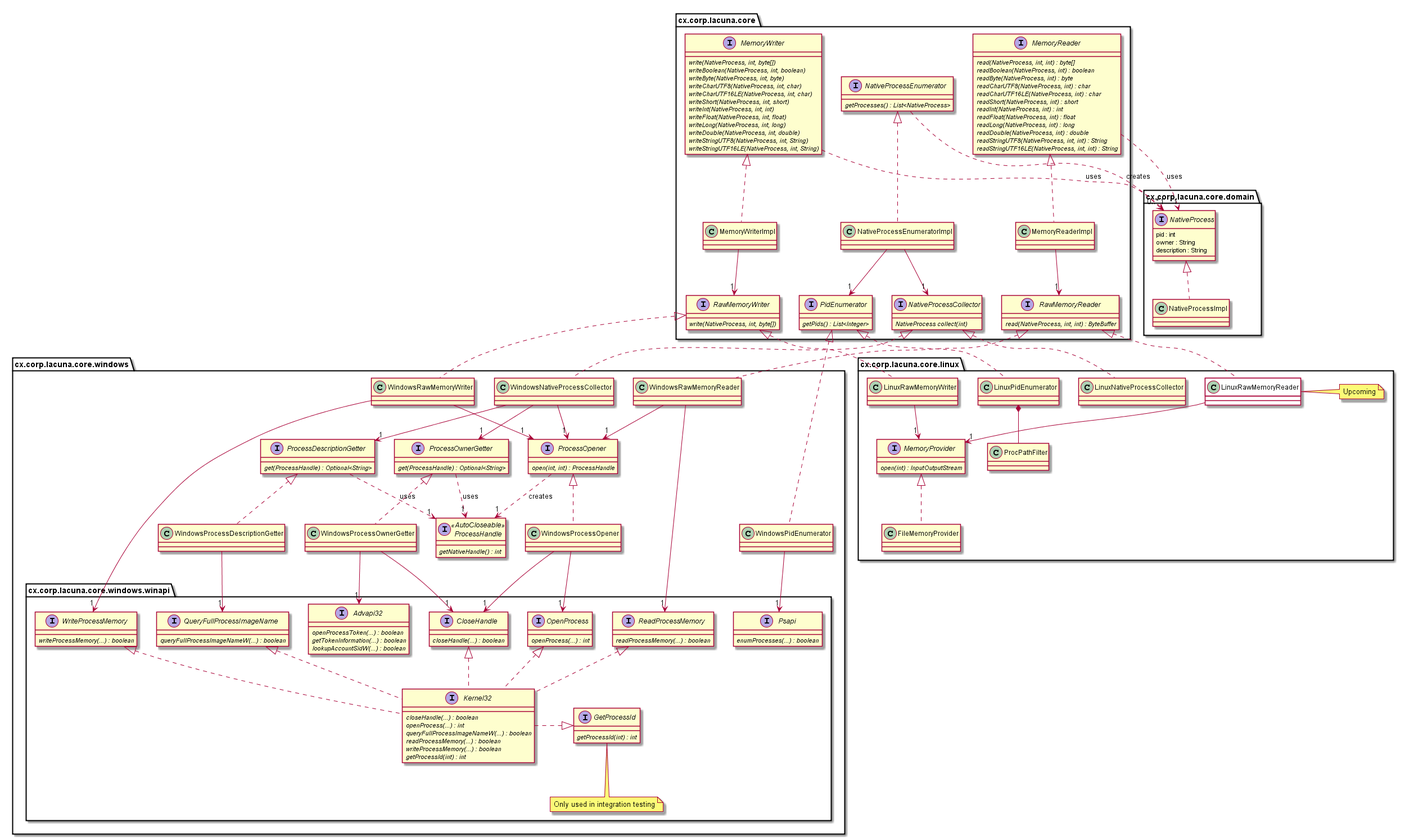
This is dokumentaatio/luokkakaavio.png from cxcorp/lacuna, a PlantUML export, as it was before one commit.
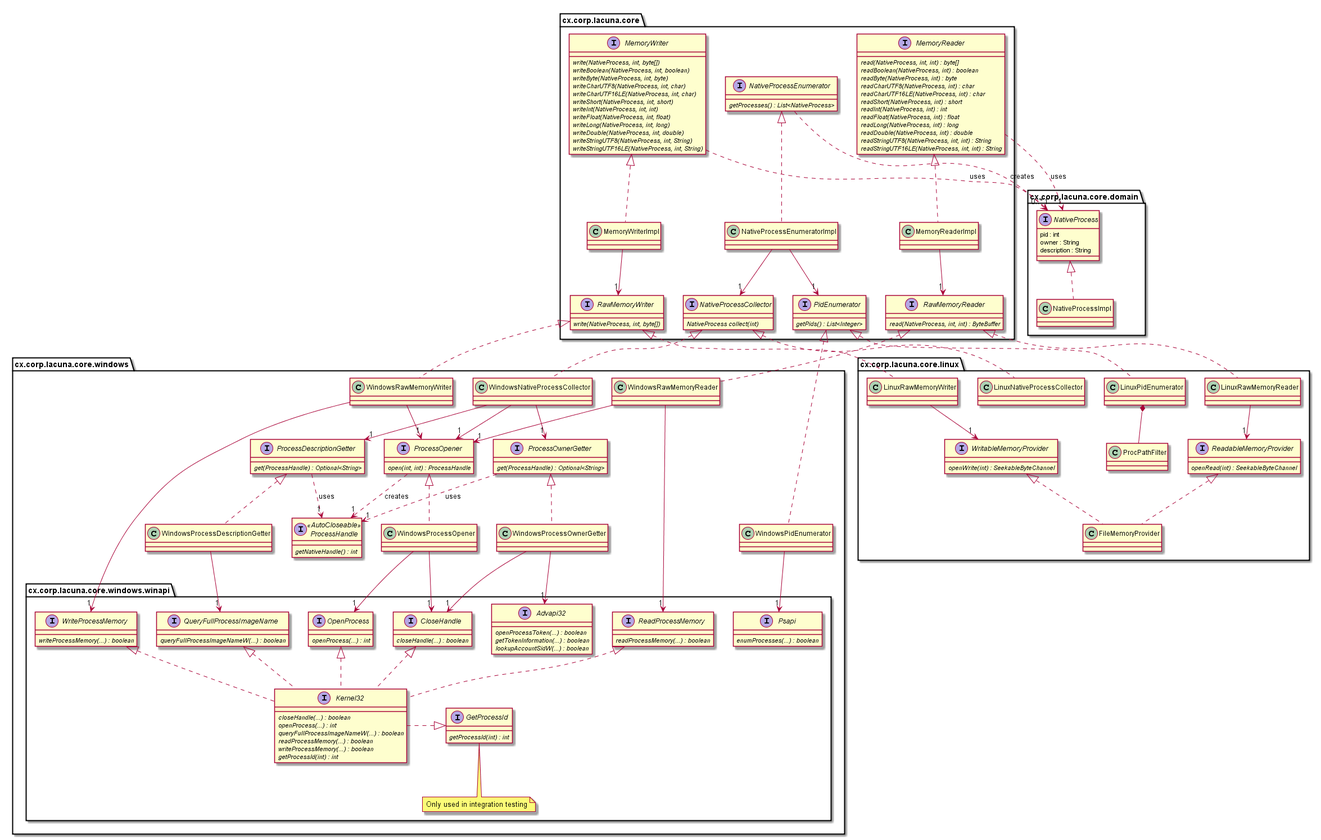
The same diagram one commit later.

Change to the diagram source:
```diff
@@ -179,14 +179,16 @@
 }
 
 package cx.corp.lacuna.core.linux {
-    interface MemoryProvider {
-        {abstract} open(int) : InputOutputStream
+    interface ReadableMemoryProvider {
+        {abstract} openRead(int) : SeekableByteChannel
     }
+	interface WritableMemoryProvider {
+		{abstract} openWrite(int) : SeekableByteChannel
+	}
     class LinuxNativeProcessCollector
     class LinuxPidEnumerator
     class LinuxRawMemoryReader
-    class LinuxRawMemoryReader #Monochrome
-    note right: Upcoming
+    class LinuxRawMemoryWriter
     class ProcPathFilter
     class FileMemoryProvider
 
@@ -195,12 +197,13 @@
 
     LinuxPidEnumerator *-- ProcPathFilter
 
-    MemoryProvider <|.. FileMemoryProvider
+    ReadableMemoryProvider <|.. FileMemoryProvider
+	WritableMemoryProvider <|.. FileMemoryProvider
 
     RawMemoryReader <|.. LinuxRawMemoryReader
-    LinuxRawMemoryReader --> "1" MemoryProvider
+    LinuxRawMemoryReader --> "1" ReadableMemoryProvider
     RawMemoryWriter <|.. LinuxRawMemoryWriter
-    LinuxRawMemoryWriter --> "1" MemoryProvider
+    LinuxRawMemoryWriter --> "1" WritableMemoryProvider
 }
 
 @enduml
```
